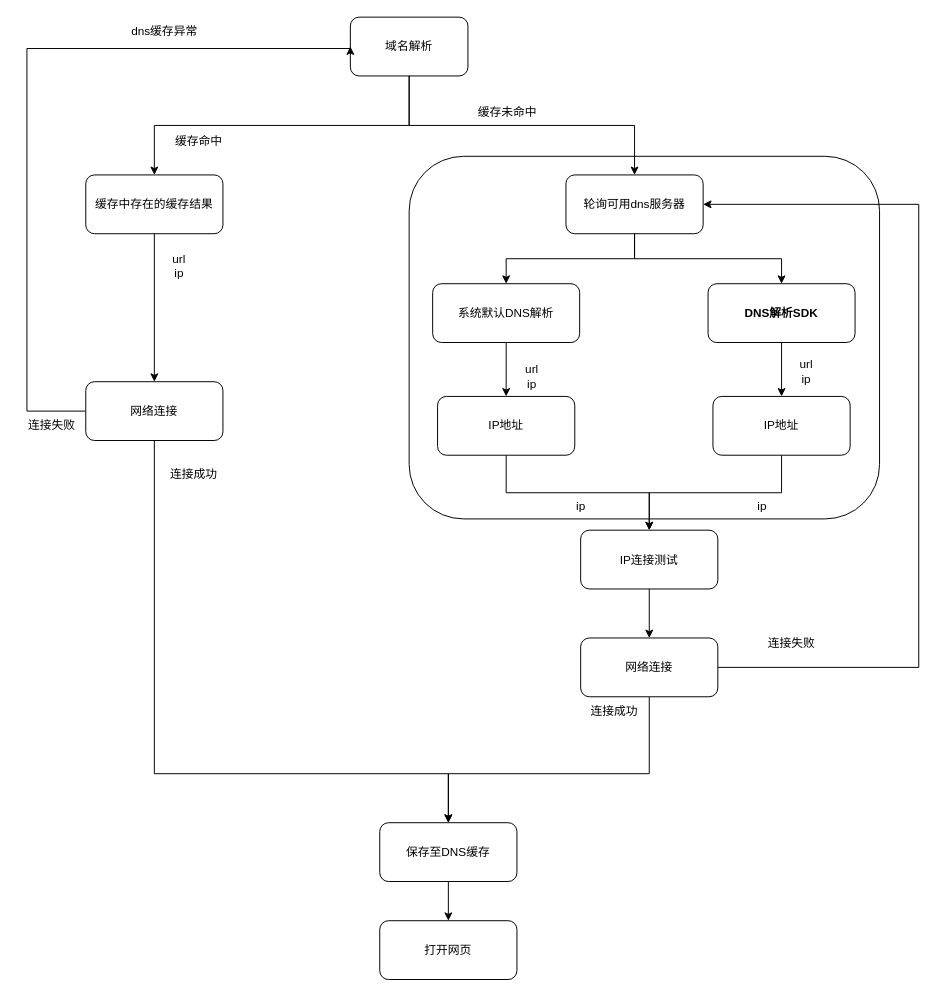
Earlier version of the draw.io diagram page "第 2 页" (2 of 2) of c-areas DNS解析.drawio (Jev0987/drawioFile). Source tidied: cells renumbered, new cells numbered last; positions are measured from the earlier drawing's top-left corner, leaving out a move shared by most shapes. Both pictures are drawn from the tidied source at 98%, with x=0, y=0 at pixel (17, 17).
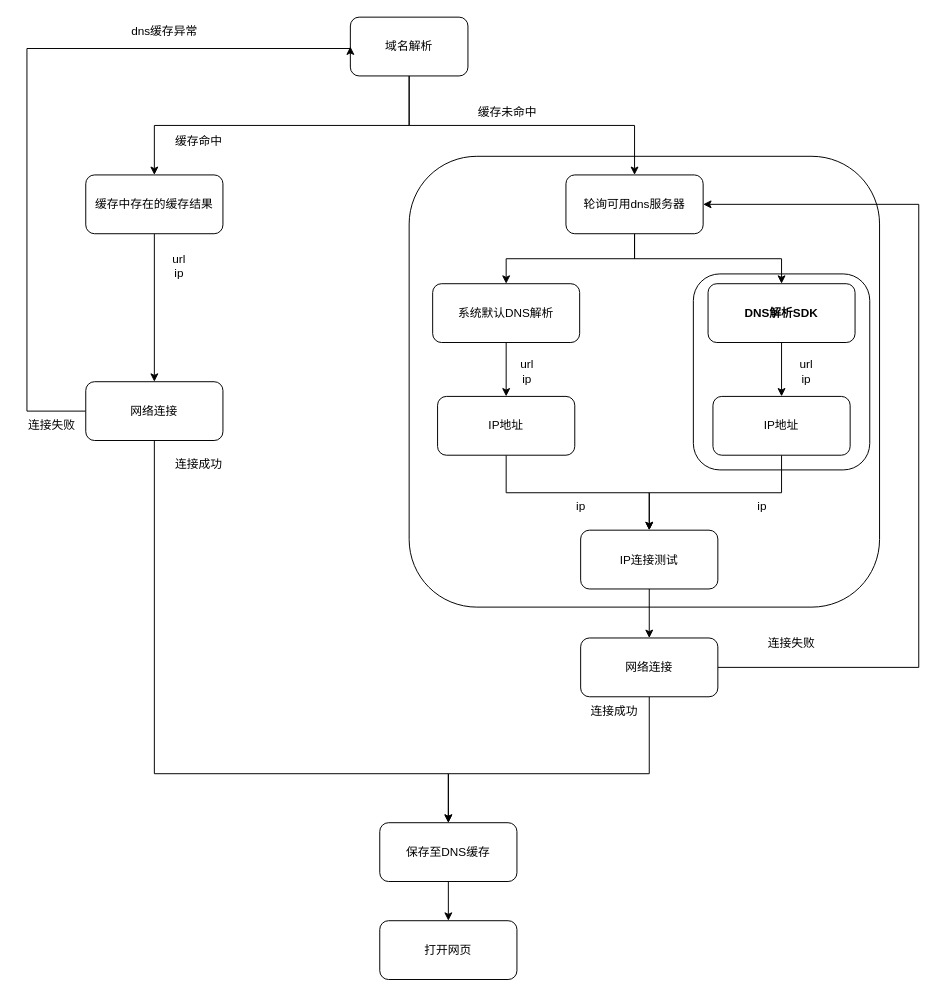
After the change.

The edit, as a diff of the source:
```diff
@@
     <mxCell id="2" style="rounded=1;whiteSpace=wrap;html=1;" parent="1" vertex="1">
-      <mxGeometry x="400" y="142" width="480" height="370" as="geometry" />
+      <mxGeometry x="400" y="142" width="480" height="460" as="geometry" />
     </mxCell>
+    <mxCell id="42" style="rounded=1;whiteSpace=wrap;html=1;" parent="1" vertex="1">
+      <mxGeometry x="690" y="262" width="180" height="200" as="geometry" />
+    </mxCell>
@@
     <mxCell id="15" value="连接成功" style="text;html=1;align=center;verticalAlign=middle;strokeColor=none;fillColor=none;" parent="1" vertex="1">
-      <mxGeometry x="145" y="452" width="70" height="30" as="geometry" />
+      <mxGeometry x="150" y="442" width="70" height="30" as="geometry" />
     </mxCell>
@@
     <mxCell id="20" value="url&lt;div&gt;ip&lt;/div&gt;" style="text;html=1;align=center;verticalAlign=middle;strokeColor=none;fillColor=none;" parent="1" vertex="1">
-      <mxGeometry x="505" y="347" width="40" height="40" as="geometry" />
+      <mxGeometry x="500" y="342" width="40" height="40" as="geometry" />
     </mxCell>
```
